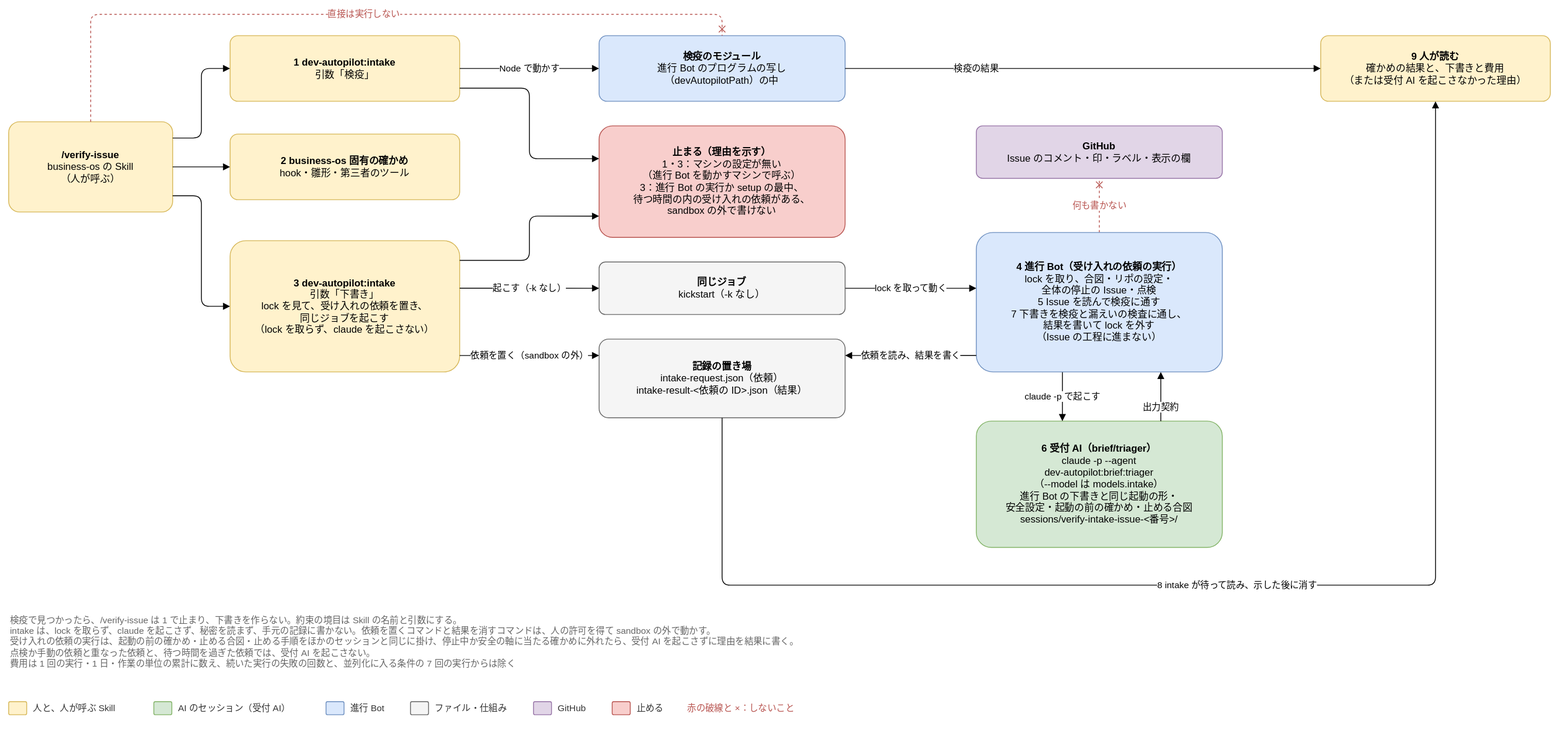
Before: docs/design/basic/diagrams/03-human-intake.drawio.svg, a diagram exported from draw.io (Joymerrevent/dev-autopilot). Source tidied: cells renumbered, new cells last; positions are measured from the earlier drawing's top-left corner, leaving out a move shared by most shapes.
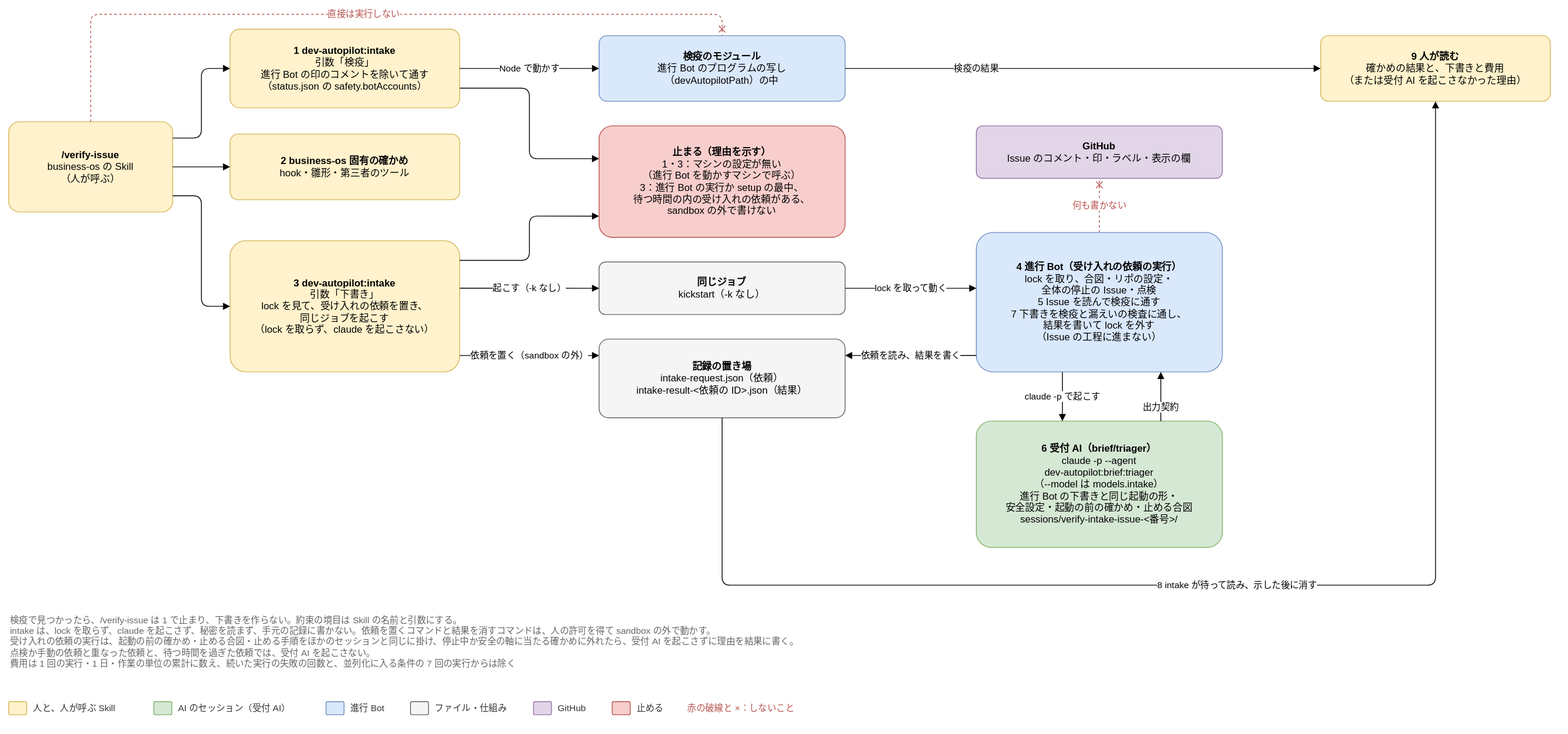
The same file after the commit.

Diff of the diagram source:
```diff
@@ -5,8 +5,8 @@
     <mxCell id="2" value="&lt;b&gt;/verify-issue&lt;/b&gt;&lt;br&gt;business-os の Skill&lt;br&gt;（人が呼ぶ）" style="rounded=1;whiteSpace=wrap;html=1;fontSize=12;arcSize=12;spacing=12;fillColor=#fff2cc;strokeColor=#d6b656;" parent="1" vertex="1">
       <mxGeometry y="131" width="200" height="110" as="geometry" />
     </mxCell>
-    <mxCell id="3" value="&lt;b&gt;1 dev-autopilot:intake&lt;/b&gt;&lt;br&gt;引数「検疫」" style="rounded=1;whiteSpace=wrap;html=1;fontSize=12;arcSize=12;spacing=12;fillColor=#fff2cc;strokeColor=#d6b656;" parent="1" vertex="1">
-      <mxGeometry x="270" y="26" width="280" height="80" as="geometry" />
+    <mxCell id="3" value="&lt;b&gt;1 dev-autopilot:intake&lt;/b&gt;&lt;br&gt;引数「検疫」&lt;br&gt;進行 Bot の印のコメントを除いて通す&lt;br&gt;（status.json の safety.botAccounts）" style="rounded=1;whiteSpace=wrap;html=1;fontSize=12;arcSize=12;spacing=12;fillColor=#fff2cc;strokeColor=#d6b656;" parent="1" vertex="1">
+      <mxGeometry x="270" y="18" width="280" height="96" as="geometry" />
     </mxCell>
     <mxCell id="4" value="&lt;b&gt;2 business-os 固有の確かめ&lt;/b&gt;&lt;br&gt;hook・雛形・第三者のツール" style="rounded=1;whiteSpace=wrap;html=1;fontSize=12;arcSize=12;spacing=12;fillColor=#fff2cc;strokeColor=#d6b656;" parent="1" vertex="1">
       <mxGeometry x="270" y="146" width="280" height="80" as="geometry" />
@@ -73,7 +73,7 @@
     <mxCell id="23" value="lock を取って動く" style="edgeStyle=orthogonalEdgeStyle;rounded=1;html=1;endArrow=block;endFill=1;fontSize=11;labelBackgroundColor=#ffffff;exitX=1;exitY=0.5;exitDx=0;exitDy=0;entryX=0;entryY=0.4;entryDx=0;entryDy=0;" parent="1" edge="1" source="26" target="22">
       <mxGeometry relative="1" as="geometry" />
     </mxCell>
-    <mxCell id="24" style="edgeStyle=orthogonalEdgeStyle;rounded=1;html=1;endArrow=block;endFill=1;fontSize=11;labelBackgroundColor=#ffffff;exitX=1;exitY=0.8;exitDx=0;exitDy=0;entryX=0;entryY=0.294;entryDx=0;entryDy=0;" parent="1" edge="1" source="3" target="21">
+    <mxCell id="24" style="edgeStyle=orthogonalEdgeStyle;rounded=1;html=1;endArrow=block;endFill=1;fontSize=11;labelBackgroundColor=#ffffff;exitX=1;exitY=0.75;exitDx=0;exitDy=0;entryX=0;entryY=0.294;entryDx=0;entryDy=0;" parent="1" edge="1" source="3" target="21">
       <mxGeometry relative="1" as="geometry">
         <Array as="points">
           <mxPoint x="635" y="90" />
```
